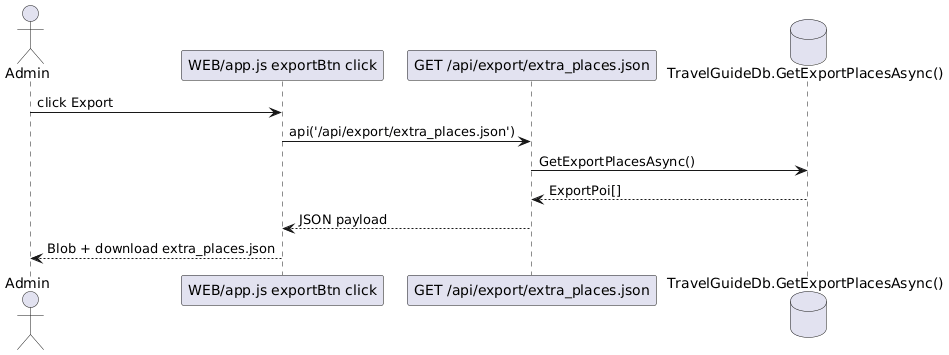
Before: Diagrams/SE Admin Xuatextra_places.png, a diagram exported from PlantUML (hoangtri22/TravelGuide). The source it was exported from:
```plantuml
@startuml
actor Admin as A
participant "WEB/app.js exportBtn click" as FE
participant "GET /api/export/extra_places.json" as API
database "TravelGuideDb.GetExportPlacesAsync()" as DB
A -> FE : click Export
FE -> API : api('/api/export/extra_places.json')
API -> DB : GetExportPlacesAsync()
DB --> API : ExportPoi[]
API --> FE : JSON payload
FE --> A : Blob + download extra_places.json
@enduml
```
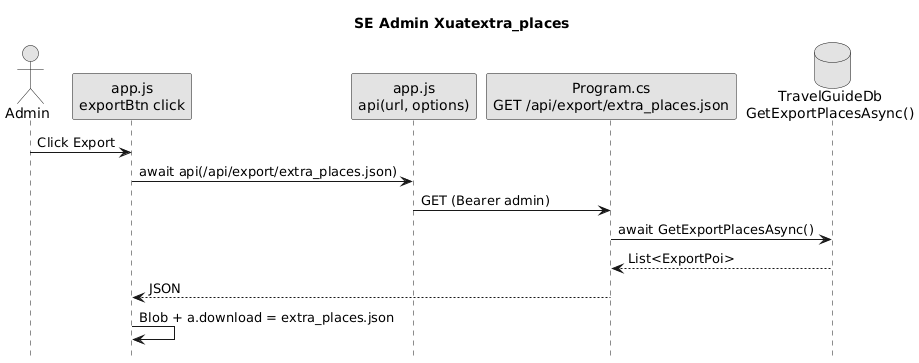
The same diagram one commit later.

The edit, as a diff of the source:
```diff
@@ -1,12 +1,18 @@
 @startuml
+title SE Admin Xuatextra_places
+skinparam shadowing false
+skinparam monochrome true
+hide footbox
 actor Admin as A
-participant "WEB/app.js exportBtn click" as FE
-participant "GET /api/export/extra_places.json" as API
-database "TravelGuideDb.GetExportPlacesAsync()" as DB
-A -> FE : click Export
-FE -> API : api('/api/export/extra_places.json')
-API -> DB : GetExportPlacesAsync()
-DB --> API : ExportPoi[]
-API --> FE : JSON payload
-FE --> A : Blob + download extra_places.json
+participant "app.js\nexportBtn click" as FE
+participant "app.js\napi(url, options)" as APIJS
+participant "Program.cs\nGET /api/export/extra_places.json" as API
+database "TravelGuideDb\nGetExportPlacesAsync()" as DB
+A -> FE : Click Export
+FE -> APIJS : await api(/api/export/extra_places.json)
+APIJS -> API : GET (Bearer admin)
+API -> DB : await GetExportPlacesAsync()
+DB --> API : List<ExportPoi>
+API --> FE : JSON
+FE -> FE : Blob + a.download = extra_places.json
 @enduml
```
